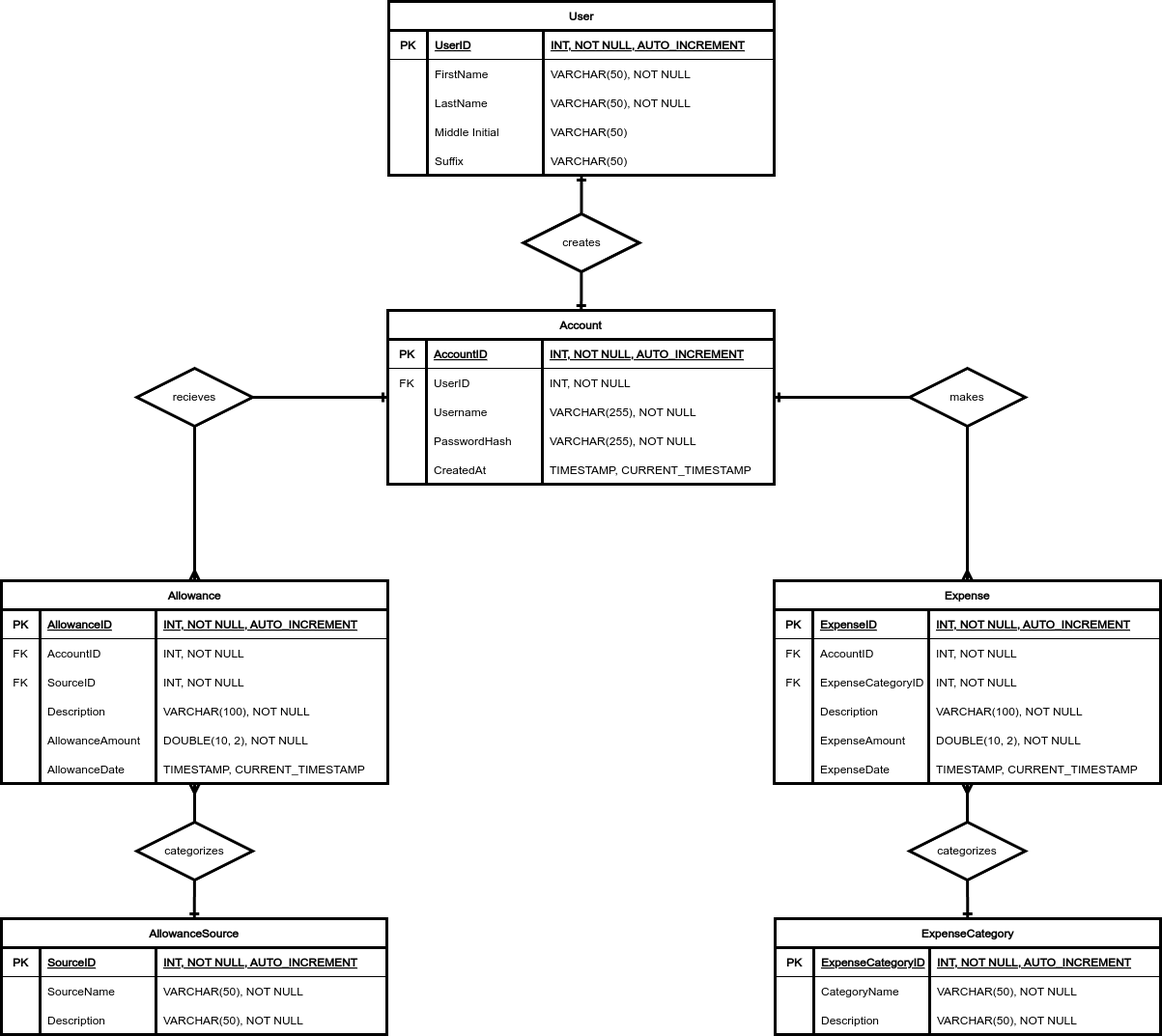
Above: diagram/er.png in Darkuz69/PocketPal (draw.io), before the change. Source tidied: cells renumbered, new cells last; positions are measured from the earlier drawing's top-left corner, leaving out a move shared by most shapes.
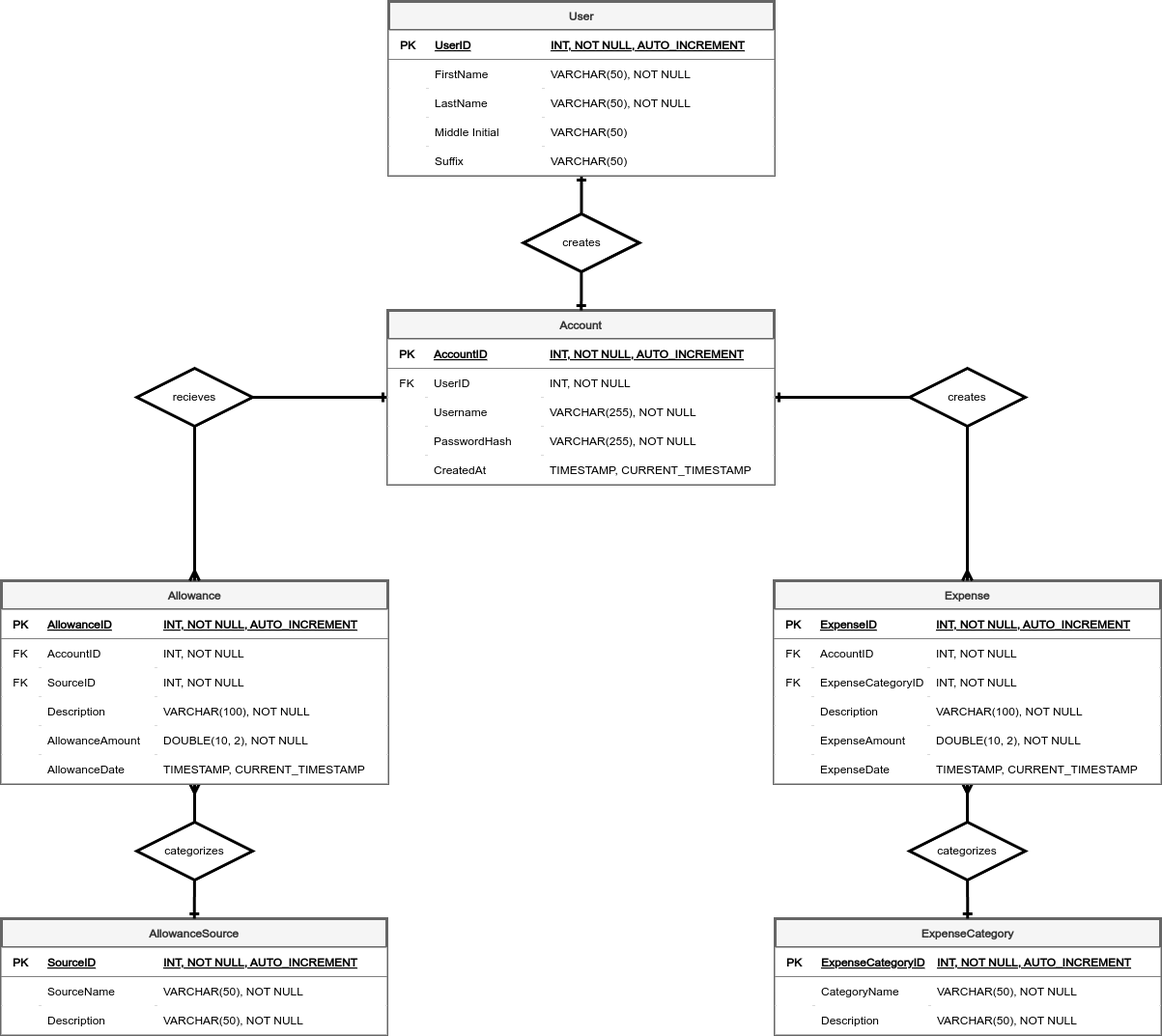
The same diagram one commit later.

Change to the diagram source:
```diff
@@ -7,6 +7,6 @@
     </mxCell>
-    <mxCell id="3" value="User" style="shape=table;startSize=30;rowLines=0;fontStyle=1;align=center;strokeWidth=3;" parent="1" vertex="1">
+    <mxCell id="3" value="User" style="shape=table;startSize=30;rowLines=0;fontStyle=1;align=center;strokeWidth=3;fillColor=#f5f5f5;fontColor=#333333;strokeColor=#666666;" parent="1" vertex="1">
       <mxGeometry x="401" width="399" height="180" as="geometry" />
     </mxCell>
-    <mxCell id="4" style="shape=tableRow;horizontal=0;startSize=0;swimlaneHead=0;swimlaneBody=0;fillColor=none;top=0;left=0;right=0;bottom=1;" parent="3" vertex="1">
+    <mxCell id="4" style="shape=tableRow;horizontal=0;startSize=0;swimlaneHead=0;swimlaneBody=0;top=0;left=0;right=0;bottom=1;" parent="3" vertex="1">
       <mxGeometry y="30" width="399" height="30" as="geometry" />
@@ -22,3 +22,3 @@
     </mxCell>
-    <mxCell id="8" style="shape=tableRow;horizontal=0;startSize=0;swimlaneHead=0;swimlaneBody=0;fillColor=none;top=0;left=0;right=0;bottom=0;" parent="3" vertex="1">
+    <mxCell id="8" style="shape=tableRow;horizontal=0;startSize=0;swimlaneHead=0;swimlaneBody=0;top=0;left=0;right=0;bottom=0;" parent="3" vertex="1">
       <mxGeometry y="60" width="399" height="30" as="geometry" />
@@ -34,3 +34,3 @@
     </mxCell>
-    <mxCell id="12" style="shape=tableRow;horizontal=0;startSize=0;swimlaneHead=0;swimlaneBody=0;fillColor=none;top=0;left=0;right=0;bottom=0;" parent="3" vertex="1">
+    <mxCell id="12" style="shape=tableRow;horizontal=0;startSize=0;swimlaneHead=0;swimlaneBody=0;top=0;left=0;right=0;bottom=0;" parent="3" vertex="1">
       <mxGeometry y="90" width="399" height="30" as="geometry" />
@@ -46,3 +46,3 @@
     </mxCell>
-    <mxCell id="16" style="shape=tableRow;horizontal=0;startSize=0;swimlaneHead=0;swimlaneBody=0;fillColor=none;top=0;left=0;right=0;bottom=0;" parent="3" vertex="1">
+    <mxCell id="16" style="shape=tableRow;horizontal=0;startSize=0;swimlaneHead=0;swimlaneBody=0;top=0;left=0;right=0;bottom=0;" parent="3" vertex="1">
       <mxGeometry y="120" width="399" height="30" as="geometry" />
@@ -58,3 +58,3 @@
     </mxCell>
-    <mxCell id="20" style="shape=tableRow;horizontal=0;startSize=0;swimlaneHead=0;swimlaneBody=0;fillColor=none;top=0;left=0;right=0;bottom=0;" parent="3" vertex="1">
+    <mxCell id="20" style="shape=tableRow;horizontal=0;startSize=0;swimlaneHead=0;swimlaneBody=0;top=0;left=0;right=0;bottom=0;" parent="3" vertex="1">
       <mxGeometry y="150" width="399" height="30" as="geometry" />
@@ -76,6 +76,6 @@
     </mxCell>
-    <mxCell id="26" value="Account" style="shape=table;startSize=30;rowLines=0;fontStyle=1;align=center;strokeWidth=3;" parent="1" vertex="1">
+    <mxCell id="26" value="Account" style="shape=table;startSize=30;rowLines=0;fontStyle=1;align=center;strokeWidth=3;fillColor=#f5f5f5;fontColor=#333333;strokeColor=#666666;" parent="1" vertex="1">
       <mxGeometry x="400" y="320" width="400" height="180" as="geometry" />
     </mxCell>
-    <mxCell id="27" style="shape=tableRow;horizontal=0;startSize=0;swimlaneHead=0;swimlaneBody=0;fillColor=none;top=0;left=0;right=0;bottom=1;" parent="26" vertex="1">
+    <mxCell id="27" style="shape=tableRow;horizontal=0;startSize=0;swimlaneHead=0;swimlaneBody=0;top=0;left=0;right=0;bottom=1;" parent="26" vertex="1">
       <mxGeometry y="30" width="400" height="30" as="geometry" />
@@ -91,3 +91,3 @@
     </mxCell>
-    <mxCell id="31" style="shape=tableRow;horizontal=0;startSize=0;swimlaneHead=0;swimlaneBody=0;fillColor=none;top=0;left=0;right=0;bottom=0;" parent="26" vertex="1">
+    <mxCell id="31" style="shape=tableRow;horizontal=0;startSize=0;swimlaneHead=0;swimlaneBody=0;top=0;left=0;right=0;bottom=0;" parent="26" vertex="1">
       <mxGeometry y="60" width="400" height="30" as="geometry" />
@@ -103,3 +103,3 @@
     </mxCell>
-    <mxCell id="35" style="shape=tableRow;horizontal=0;startSize=0;swimlaneHead=0;swimlaneBody=0;fillColor=none;top=0;left=0;right=0;bottom=0;" parent="26" vertex="1">
+    <mxCell id="35" style="shape=tableRow;horizontal=0;startSize=0;swimlaneHead=0;swimlaneBody=0;top=0;left=0;right=0;bottom=0;" parent="26" vertex="1">
       <mxGeometry y="90" width="400" height="30" as="geometry" />
@@ -115,3 +115,3 @@
     </mxCell>
-    <mxCell id="39" style="shape=tableRow;horizontal=0;startSize=0;swimlaneHead=0;swimlaneBody=0;fillColor=none;top=0;left=0;right=0;bottom=0;" parent="26" vertex="1">
+    <mxCell id="39" style="shape=tableRow;horizontal=0;startSize=0;swimlaneHead=0;swimlaneBody=0;top=0;left=0;right=0;bottom=0;" parent="26" vertex="1">
       <mxGeometry y="120" width="400" height="30" as="geometry" />
@@ -127,3 +127,3 @@
     </mxCell>
-    <mxCell id="43" style="shape=tableRow;horizontal=0;startSize=0;swimlaneHead=0;swimlaneBody=0;fillColor=none;top=0;left=0;right=0;bottom=0;" parent="26" vertex="1">
+    <mxCell id="43" style="shape=tableRow;horizontal=0;startSize=0;swimlaneHead=0;swimlaneBody=0;top=0;left=0;right=0;bottom=0;" parent="26" vertex="1">
       <mxGeometry y="150" width="400" height="30" as="geometry" />
@@ -142,6 +142,6 @@
     </mxCell>
-    <mxCell id="48" value="Allowance" style="shape=table;startSize=30;rowLines=0;fontStyle=1;align=center;strokeWidth=3;" parent="1" vertex="1">
+    <mxCell id="48" value="Allowance" style="shape=table;startSize=30;rowLines=0;fontStyle=1;align=center;strokeWidth=3;fillColor=#f5f5f5;fontColor=#333333;strokeColor=#666666;" parent="1" vertex="1">
       <mxGeometry y="600" width="400" height="210" as="geometry" />
     </mxCell>
-    <mxCell id="49" style="shape=tableRow;horizontal=0;startSize=0;swimlaneHead=0;swimlaneBody=0;fillColor=none;top=0;left=0;right=0;bottom=1;" parent="48" vertex="1">
+    <mxCell id="49" style="shape=tableRow;horizontal=0;startSize=0;swimlaneHead=0;swimlaneBody=0;top=0;left=0;right=0;bottom=1;" parent="48" vertex="1">
       <mxGeometry y="30" width="400" height="30" as="geometry" />
@@ -157,3 +157,3 @@
     </mxCell>
-    <mxCell id="53" style="shape=tableRow;horizontal=0;startSize=0;swimlaneHead=0;swimlaneBody=0;fillColor=none;top=0;left=0;right=0;bottom=0;" parent="48" vertex="1">
+    <mxCell id="53" style="shape=tableRow;horizontal=0;startSize=0;swimlaneHead=0;swimlaneBody=0;top=0;left=0;right=0;bottom=0;" parent="48" vertex="1">
       <mxGeometry y="60" width="400" height="30" as="geometry" />
@@ -169,3 +169,3 @@
     </mxCell>
-    <mxCell id="57" style="shape=tableRow;horizontal=0;startSize=0;swimlaneHead=0;swimlaneBody=0;fillColor=none;top=0;left=0;right=0;bottom=0;" parent="48" vertex="1">
+    <mxCell id="57" style="shape=tableRow;horizontal=0;startSize=0;swimlaneHead=0;swimlaneBody=0;top=0;left=0;right=0;bottom=0;" parent="48" vertex="1">
       <mxGeometry y="90" width="400" height="30" as="geometry" />
@@ -181,3 +181,3 @@
     </mxCell>
-    <mxCell id="61" style="shape=tableRow;horizontal=0;startSize=0;swimlaneHead=0;swimlaneBody=0;fillColor=none;top=0;left=0;right=0;bottom=0;" parent="48" vertex="1">
+    <mxCell id="61" style="shape=tableRow;horizontal=0;startSize=0;swimlaneHead=0;swimlaneBody=0;top=0;left=0;right=0;bottom=0;" parent="48" vertex="1">
       <mxGeometry y="120" width="400" height="30" as="geometry" />
@@ -193,3 +193,3 @@
     </mxCell>
-    <mxCell id="65" style="shape=tableRow;horizontal=0;startSize=0;swimlaneHead=0;swimlaneBody=0;fillColor=none;top=0;left=0;right=0;bottom=0;" parent="48" vertex="1">
+    <mxCell id="65" style="shape=tableRow;horizontal=0;startSize=0;swimlaneHead=0;swimlaneBody=0;top=0;left=0;right=0;bottom=0;" parent="48" vertex="1">
       <mxGeometry y="150" width="400" height="30" as="geometry" />
@@ -205,3 +205,3 @@
     </mxCell>
-    <mxCell id="69" style="shape=tableRow;horizontal=0;startSize=0;swimlaneHead=0;swimlaneBody=0;fillColor=none;top=0;left=0;right=0;bottom=0;" parent="48" vertex="1">
+    <mxCell id="69" style="shape=tableRow;horizontal=0;startSize=0;swimlaneHead=0;swimlaneBody=0;top=0;left=0;right=0;bottom=0;" parent="48" vertex="1">
       <mxGeometry y="180" width="400" height="30" as="geometry" />
@@ -220,6 +220,6 @@
     </mxCell>
-    <mxCell id="74" value="Expense" style="shape=table;startSize=30;rowLines=0;fontStyle=1;align=center;strokeWidth=3;" parent="1" vertex="1">
+    <mxCell id="74" value="Expense" style="shape=table;startSize=30;rowLines=0;fontStyle=1;align=center;strokeWidth=3;fillColor=#f5f5f5;fontColor=#333333;strokeColor=#666666;" parent="1" vertex="1">
       <mxGeometry x="800" y="600" width="400" height="210" as="geometry" />
     </mxCell>
-    <mxCell id="75" style="shape=tableRow;horizontal=0;startSize=0;swimlaneHead=0;swimlaneBody=0;fillColor=none;top=0;left=0;right=0;bottom=1;" parent="74" vertex="1">
+    <mxCell id="75" style="shape=tableRow;horizontal=0;startSize=0;swimlaneHead=0;swimlaneBody=0;fillColor=default;top=0;left=0;right=0;bottom=1;" parent="74" vertex="1">
       <mxGeometry y="30" width="400" height="30" as="geometry" />
@@ -235,3 +235,3 @@
     </mxCell>
-    <mxCell id="79" style="shape=tableRow;horizontal=0;startSize=0;swimlaneHead=0;swimlaneBody=0;fillColor=none;top=0;left=0;right=0;bottom=0;" parent="74" vertex="1">
+    <mxCell id="79" style="shape=tableRow;horizontal=0;startSize=0;swimlaneHead=0;swimlaneBody=0;fillColor=default;top=0;left=0;right=0;bottom=0;" parent="74" vertex="1">
       <mxGeometry y="60" width="400" height="30" as="geometry" />
@@ -247,3 +247,3 @@
     </mxCell>
-    <mxCell id="83" style="shape=tableRow;horizontal=0;startSize=0;swimlaneHead=0;swimlaneBody=0;fillColor=none;top=0;left=0;right=0;bottom=0;" parent="74" vertex="1">
+    <mxCell id="83" style="shape=tableRow;horizontal=0;startSize=0;swimlaneHead=0;swimlaneBody=0;fillColor=default;top=0;left=0;right=0;bottom=0;" parent="74" vertex="1">
       <mxGeometry y="90" width="400" height="30" as="geometry" />
@@ -259,3 +259,3 @@
     </mxCell>
-    <mxCell id="87" style="shape=tableRow;horizontal=0;startSize=0;swimlaneHead=0;swimlaneBody=0;fillColor=none;top=0;left=0;right=0;bottom=0;" parent="74" vertex="1">
+    <mxCell id="87" style="shape=tableRow;horizontal=0;startSize=0;swimlaneHead=0;swimlaneBody=0;fillColor=default;top=0;left=0;right=0;bottom=0;" parent="74" vertex="1">
       <mxGeometry y="120" width="400" height="30" as="geometry" />
@@ -271,3 +271,3 @@
     </mxCell>
-    <mxCell id="91" style="shape=tableRow;horizontal=0;startSize=0;swimlaneHead=0;swimlaneBody=0;fillColor=none;top=0;left=0;right=0;bottom=0;" parent="74" vertex="1">
+    <mxCell id="91" style="shape=tableRow;horizontal=0;startSize=0;swimlaneHead=0;swimlaneBody=0;fillColor=default;top=0;left=0;right=0;bottom=0;" parent="74" vertex="1">
       <mxGeometry y="150" width="400" height="30" as="geometry" />
@@ -283,3 +283,3 @@
     </mxCell>
-    <mxCell id="95" style="shape=tableRow;horizontal=0;startSize=0;swimlaneHead=0;swimlaneBody=0;fillColor=none;top=0;left=0;right=0;bottom=0;" parent="74" vertex="1">
+    <mxCell id="95" style="shape=tableRow;horizontal=0;startSize=0;swimlaneHead=0;swimlaneBody=0;fillColor=default;top=0;left=0;right=0;bottom=0;" parent="74" vertex="1">
       <mxGeometry y="180" width="400" height="30" as="geometry" />
@@ -295,6 +295,6 @@
     </mxCell>
-    <mxCell id="99" value="AllowanceSource" style="shape=table;startSize=30;rowLines=0;fontStyle=1;align=center;strokeWidth=3;" parent="1" vertex="1">
+    <mxCell id="99" value="AllowanceSource" style="shape=table;startSize=30;rowLines=0;fontStyle=1;align=center;strokeWidth=3;fillColor=#f5f5f5;fontColor=#333333;strokeColor=#666666;" parent="1" vertex="1">
       <mxGeometry y="950" width="399" height="120" as="geometry" />
     </mxCell>
-    <mxCell id="100" style="shape=tableRow;horizontal=0;startSize=0;swimlaneHead=0;swimlaneBody=0;fillColor=none;top=0;left=0;right=0;bottom=1;" parent="99" vertex="1">
+    <mxCell id="100" style="shape=tableRow;horizontal=0;startSize=0;swimlaneHead=0;swimlaneBody=0;top=0;left=0;right=0;bottom=1;" parent="99" vertex="1">
       <mxGeometry y="30" width="399" height="30" as="geometry" />
@@ -310,3 +310,3 @@
     </mxCell>
-    <mxCell id="104" style="shape=tableRow;horizontal=0;startSize=0;swimlaneHead=0;swimlaneBody=0;fillColor=none;top=0;left=0;right=0;bottom=0;" parent="99" vertex="1">
+    <mxCell id="104" style="shape=tableRow;horizontal=0;startSize=0;swimlaneHead=0;swimlaneBody=0;top=0;left=0;right=0;bottom=0;" parent="99" vertex="1">
       <mxGeometry y="60" width="399" height="30" as="geometry" />
@@ -322,3 +322,3 @@
     </mxCell>
-    <mxCell id="108" style="shape=tableRow;horizontal=0;startSize=0;swimlaneHead=0;swimlaneBody=0;fillColor=none;top=0;left=0;right=0;bottom=0;" parent="99" vertex="1">
+    <mxCell id="108" style="shape=tableRow;horizontal=0;startSize=0;swimlaneHead=0;swimlaneBody=0;top=0;left=0;right=0;bottom=0;" parent="99" vertex="1">
       <mxGeometry y="90" width="399" height="30" as="geometry" />
@@ -334,6 +334,6 @@
     </mxCell>
-    <mxCell id="112" value="ExpenseCategory" style="shape=table;startSize=30;rowLines=0;fontStyle=1;align=center;strokeWidth=3;" parent="1" vertex="1">
+    <mxCell id="112" value="ExpenseCategory" style="shape=table;startSize=30;rowLines=0;fontStyle=1;align=center;strokeWidth=3;fillColor=#f5f5f5;fontColor=#333333;strokeColor=#666666;" parent="1" vertex="1">
       <mxGeometry x="801" y="950" width="399" height="120" as="geometry" />
     </mxCell>
-    <mxCell id="113" style="shape=tableRow;horizontal=0;startSize=0;swimlaneHead=0;swimlaneBody=0;fillColor=none;top=0;left=0;right=0;bottom=1;" parent="112" vertex="1">
+    <mxCell id="113" style="shape=tableRow;horizontal=0;startSize=0;swimlaneHead=0;swimlaneBody=0;top=0;left=0;right=0;bottom=1;" parent="112" vertex="1">
       <mxGeometry y="30" width="399" height="30" as="geometry" />
@@ -349,3 +349,3 @@
     </mxCell>
-    <mxCell id="117" style="shape=tableRow;horizontal=0;startSize=0;swimlaneHead=0;swimlaneBody=0;fillColor=none;top=0;left=0;right=0;bottom=0;" parent="112" vertex="1">
+    <mxCell id="117" style="shape=tableRow;horizontal=0;startSize=0;swimlaneHead=0;swimlaneBody=0;top=0;left=0;right=0;bottom=0;" parent="112" vertex="1">
       <mxGeometry y="60" width="399" height="30" as="geometry" />
@@ -361,3 +361,3 @@
     </mxCell>
-    <mxCell id="121" style="shape=tableRow;horizontal=0;startSize=0;swimlaneHead=0;swimlaneBody=0;fillColor=none;top=0;left=0;right=0;bottom=0;" parent="112" vertex="1">
+    <mxCell id="121" style="shape=tableRow;horizontal=0;startSize=0;swimlaneHead=0;swimlaneBody=0;top=0;left=0;right=0;bottom=0;" parent="112" vertex="1">
       <mxGeometry y="90" width="399" height="30" as="geometry" />
@@ -388,3 +388,3 @@
     </mxCell>
-    <mxCell id="130" value="makes" style="shape=rhombus;perimeter=rhombusPerimeter;whiteSpace=wrap;html=1;align=center;strokeWidth=3;" parent="1" vertex="1">
+    <mxCell id="130" value="creates" style="shape=rhombus;perimeter=rhombusPerimeter;whiteSpace=wrap;html=1;align=center;strokeWidth=3;" parent="1" vertex="1">
       <mxGeometry x="940" y="380" width="120" height="60" as="geometry" />
```
